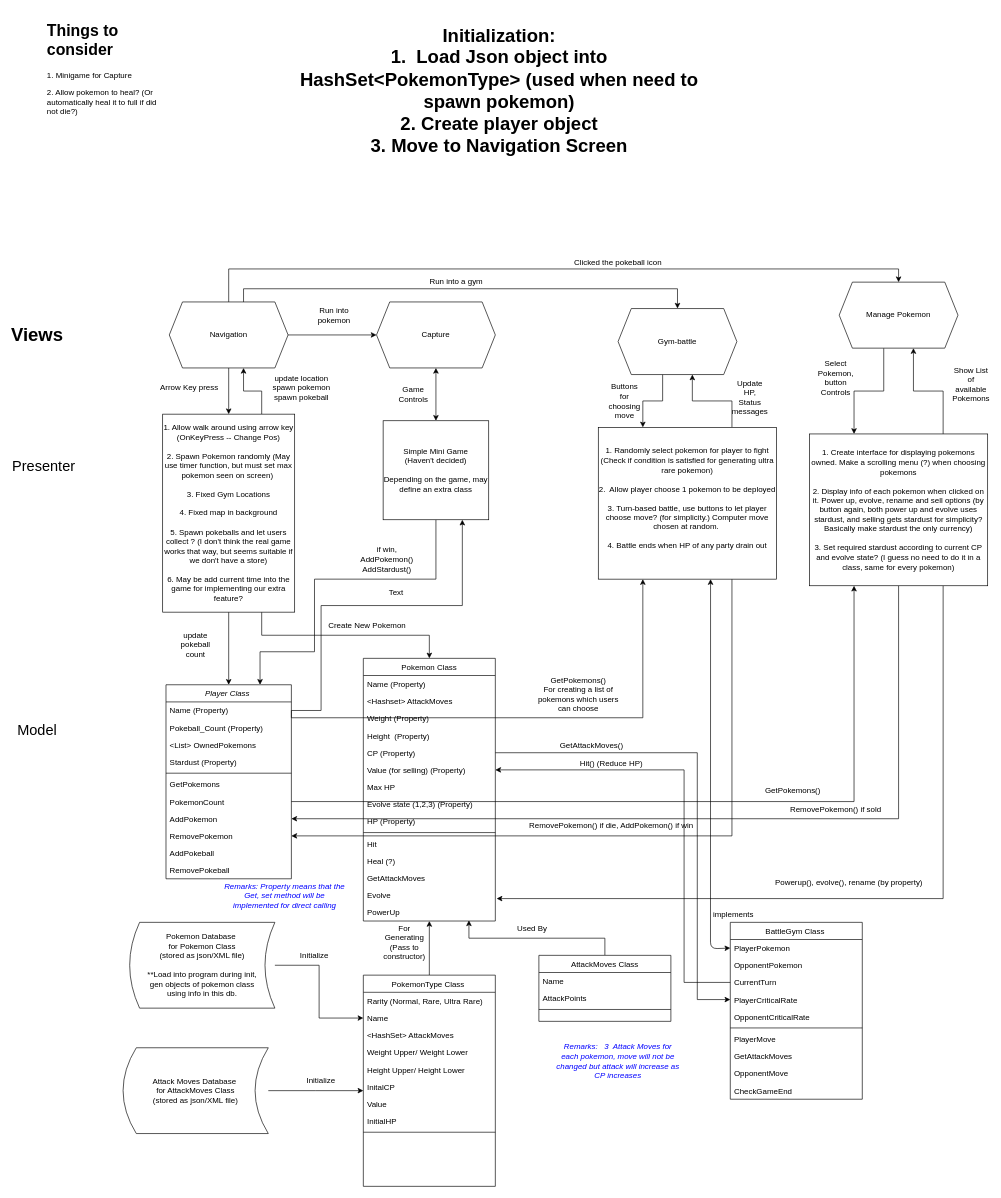
Before: Untitled Diagram.drawio in tpmmthomas/ierg3080-pokemon-go, a draw.io diagram. Source tidied: cells renumbered, new cells numbered last; positions are measured from the earlier drawing's top-left corner, leaving out a move shared by most shapes. Both pictures are drawn from the tidied source at 66%, with x=0, y=0 at pixel (24, 18).
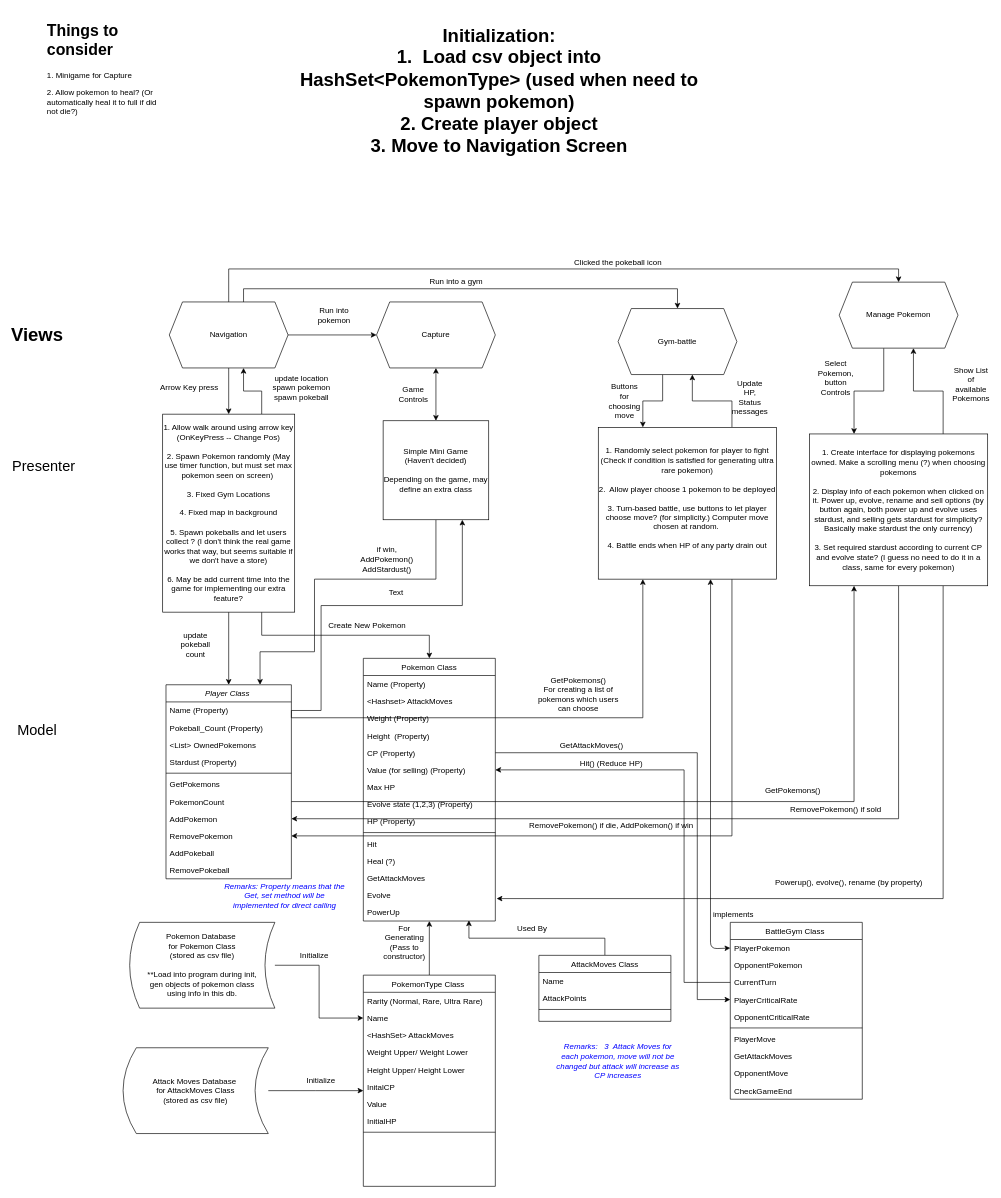
The same diagram, later.

What changed in the source:
```diff
@@
-    <mxCell id="15" value="Pokemon Database&amp;nbsp;&lt;br&gt;for Pokemon Class&lt;br&gt;(stored as json/XML file)&lt;br&gt;&lt;br&gt;**Load into program during init,&lt;br&gt;gen objects of pokemon class&lt;br&gt;using info in this db." style="shape=dataStorage;whiteSpace=wrap;html=1;fixedSize=1;size=15;" parent="1" vertex="1">
+    <mxCell id="15" value="Pokemon Database&amp;nbsp;&lt;br&gt;for Pokemon Class&lt;br&gt;(stored as csv file)&lt;br&gt;&lt;br&gt;**Load into program during init,&lt;br&gt;gen objects of pokemon class&lt;br&gt;using info in this db." style="shape=dataStorage;whiteSpace=wrap;html=1;fixedSize=1;size=15;" parent="1" vertex="1">
       <mxGeometry x="160" y="1370" width="220" height="130" as="geometry" />
     </mxCell>
@@
-    <mxCell id="35" value="&lt;font style=&quot;font-size: 28px&quot;&gt;&lt;b&gt;Initialization:&lt;br&gt;1.&amp;nbsp; Load Json object into HashSet&amp;lt;PokemonType&amp;gt; (used when need to spawn pokemon)&lt;br&gt;2. Create player object&lt;br&gt;3. Move to Navigation Screen&lt;br&gt;&lt;/b&gt;&lt;/font&gt;" style="text;html=1;strokeColor=none;fillColor=none;align=center;verticalAlign=middle;whiteSpace=wrap;rounded=0;" parent="1" vertex="1">
+    <mxCell id="35" value="&lt;font style=&quot;font-size: 28px&quot;&gt;&lt;b&gt;Initialization:&lt;br&gt;1.&amp;nbsp; Load csv object into HashSet&amp;lt;PokemonType&amp;gt; (used when need to spawn pokemon)&lt;br&gt;2. Create player object&lt;br&gt;3. Move to Navigation Screen&lt;br&gt;&lt;/b&gt;&lt;/font&gt;" style="text;html=1;strokeColor=none;fillColor=none;align=center;verticalAlign=middle;whiteSpace=wrap;rounded=0;" parent="1" vertex="1">
       <mxGeometry x="400" y="100" width="640" height="20" as="geometry" />
     </mxCell>
@@
-    <mxCell id="57" value="Attack Moves Database&amp;nbsp;&lt;br&gt;for AttackMoves Class&lt;br&gt;(stored as json/XML file)&lt;br&gt;" style="shape=dataStorage;whiteSpace=wrap;html=1;fixedSize=1;" parent="1" vertex="1">
+    <mxCell id="57" value="Attack Moves Database&amp;nbsp;&lt;br&gt;for AttackMoves Class&lt;br&gt;(stored as csv file)" style="shape=dataStorage;whiteSpace=wrap;html=1;fixedSize=1;" parent="1" vertex="1">
       <mxGeometry x="150" y="1560" width="220" height="130" as="geometry" />
     </mxCell>
```
